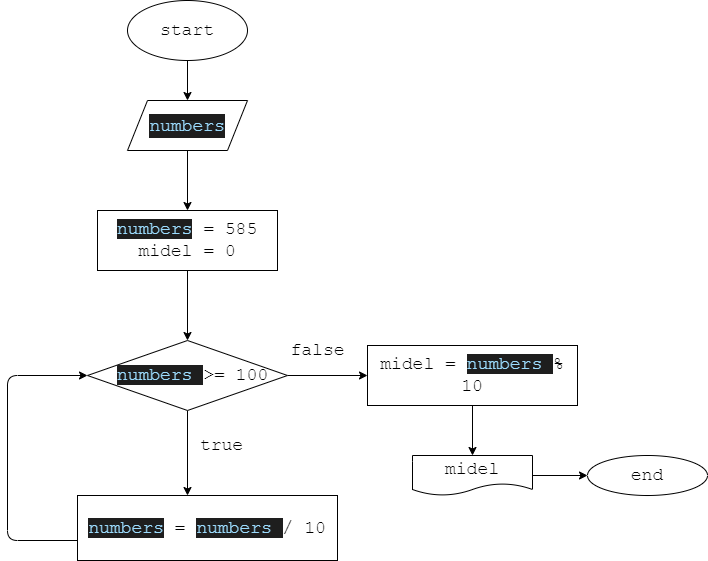
BKristinaA/HomeWork_02 keeps this draw.io diagram as Exp01/diagram1.drawio.png. Above is the earlier version. Source tidied: cells renumbered, new cells last; positions are measured from the earlier drawing's top-left corner, leaving out a move shared by most shapes.
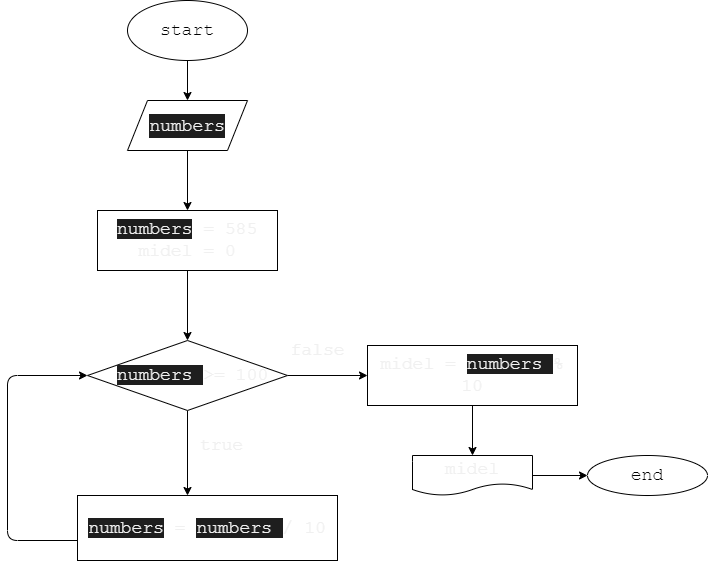
After the change.

Commit message:
Внесли исправления в диагараммы

Change to the diagram source:
```diff
@@ -8,29 +8,29 @@
     <mxCell id="3" value="start" style="ellipse;whiteSpace=wrap;html=1;fontFamily=Courier New;fontSize=18;" parent="1" vertex="1">
       <mxGeometry x="120" width="120" height="60" as="geometry" />
     </mxCell>
-    <mxCell id="4" style="edgeStyle=orthogonalEdgeStyle;html=1;fontFamily=Courier New;fontSize=18;" parent="1" edge="1" source="5" target="13">
+    <mxCell id="4" style="edgeStyle=orthogonalEdgeStyle;html=1;fontFamily=Courier New;fontSize=18;fontColor=#F0F0F0;" parent="1" edge="1" source="5" target="13">
       <mxGeometry relative="1" as="geometry" />
     </mxCell>
-    <mxCell id="5" value="&lt;div style=&quot;color: rgb(212, 212, 212); background-color: rgb(30, 30, 30); line-height: 24px;&quot;&gt;&lt;span style=&quot;color: #9cdcfe;&quot;&gt;numbers&lt;/span&gt;&lt;/div&gt;" style="shape=parallelogram;perimeter=parallelogramPerimeter;whiteSpace=wrap;html=1;fixedSize=1;fontSize=18;fontFamily=Courier New;" parent="1" vertex="1">
+    <mxCell id="5" value="&lt;div style=&quot;background-color: rgb(30, 30, 30); line-height: 24px;&quot;&gt;&lt;span style=&quot;&quot;&gt;numbers&lt;/span&gt;&lt;/div&gt;" style="shape=parallelogram;perimeter=parallelogramPerimeter;whiteSpace=wrap;html=1;fixedSize=1;fontSize=18;fontFamily=Courier New;fontColor=#F0F0F0;" parent="1" vertex="1">
       <mxGeometry x="120" y="100" width="120" height="50" as="geometry" />
     </mxCell>
-    <mxCell id="6" style="edgeStyle=none;html=1;fontFamily=Courier New;fontSize=18;" parent="1" edge="1" source="8">
+    <mxCell id="6" style="edgeStyle=none;html=1;fontFamily=Courier New;fontSize=18;fontColor=#F0F0F0;" parent="1" edge="1" source="8">
       <mxGeometry relative="1" as="geometry">
         <mxPoint x="180" y="495" as="targetPoint" />
       </mxGeometry>
     </mxCell>
-    <mxCell id="7" style="edgeStyle=orthogonalEdgeStyle;html=1;fontFamily=Courier New;fontSize=18;" parent="1" edge="1" source="8">
+    <mxCell id="7" style="edgeStyle=orthogonalEdgeStyle;html=1;fontFamily=Courier New;fontSize=18;fontColor=#F0F0F0;" parent="1" edge="1" source="8">
       <mxGeometry relative="1" as="geometry">
         <mxPoint x="360" y="375" as="targetPoint" />
       </mxGeometry>
     </mxCell>
-    <mxCell id="8" value="&amp;nbsp;&lt;span style=&quot;color: rgb(156, 220, 254); background-color: rgb(30, 30, 30);&quot;&gt;numbers&amp;nbsp;&lt;/span&gt;&lt;span style=&quot;background-color: initial;&quot;&gt;&amp;gt;= 100&lt;/span&gt;" style="rhombus;whiteSpace=wrap;html=1;fontSize=18;fontFamily=Courier New;" parent="1" vertex="1">
+    <mxCell id="8" value="&amp;nbsp;&lt;span style=&quot;background-color: rgb(30, 30, 30);&quot;&gt;numbers&amp;nbsp;&lt;/span&gt;&lt;span style=&quot;background-color: initial;&quot;&gt;&amp;gt;= 100&lt;/span&gt;" style="rhombus;whiteSpace=wrap;html=1;fontSize=18;fontFamily=Courier New;fontColor=#F0F0F0;" parent="1" vertex="1">
       <mxGeometry x="80" y="340" width="200" height="70" as="geometry" />
     </mxCell>
-    <mxCell id="9" value="true" style="text;html=1;align=center;verticalAlign=middle;strokeColor=none;fillColor=none;fontSize=18;fontFamily=Courier New;" parent="1" vertex="1">
+    <mxCell id="9" value="true" style="text;html=1;align=center;verticalAlign=middle;strokeColor=none;fillColor=none;fontSize=18;fontFamily=Courier New;fontColor=#F0F0F0;" parent="1" vertex="1">
       <mxGeometry x="179" y="425" width="70" height="40" as="geometry" />
     </mxCell>
-    <mxCell id="10" style="edgeStyle=orthogonalEdgeStyle;html=1;entryX=0;entryY=0.5;entryDx=0;entryDy=0;fontFamily=Courier New;fontSize=18;" parent="1" edge="1" source="11" target="8">
+    <mxCell id="10" style="edgeStyle=orthogonalEdgeStyle;html=1;entryX=0;entryY=0.5;entryDx=0;entryDy=0;fontFamily=Courier New;fontSize=18;fontColor=#F0F0F0;" parent="1" edge="1" source="11" target="8">
       <mxGeometry relative="1" as="geometry">
         <Array as="points">
           <mxPoint y="540" />
@@ -38,31 +38,31 @@
         </Array>
       </mxGeometry>
     </mxCell>
-    <mxCell id="11" value="&lt;span style=&quot;color: rgb(156, 220, 254); background-color: rgb(30, 30, 30);&quot;&gt;numbers&lt;/span&gt;&amp;nbsp;=&amp;nbsp;&lt;span style=&quot;color: rgb(156, 220, 254); background-color: rgb(30, 30, 30);&quot;&gt;numbers&amp;nbsp;&lt;/span&gt;/ 10" style="rounded=0;whiteSpace=wrap;html=1;fontFamily=Courier New;fontSize=18;" parent="1" vertex="1">
+    <mxCell id="11" value="&lt;span style=&quot;background-color: rgb(30, 30, 30);&quot;&gt;numbers&lt;/span&gt;&amp;nbsp;=&amp;nbsp;&lt;span style=&quot;background-color: rgb(30, 30, 30);&quot;&gt;numbers&amp;nbsp;&lt;/span&gt;/ 10" style="rounded=0;whiteSpace=wrap;html=1;fontFamily=Courier New;fontSize=18;fontColor=#F0F0F0;" parent="1" vertex="1">
       <mxGeometry x="70" y="495" width="260" height="65" as="geometry" />
     </mxCell>
-    <mxCell id="12" style="edgeStyle=orthogonalEdgeStyle;html=1;entryX=0.5;entryY=0;entryDx=0;entryDy=0;fontFamily=Courier New;fontSize=18;" parent="1" edge="1" source="13" target="8">
+    <mxCell id="12" style="edgeStyle=orthogonalEdgeStyle;html=1;entryX=0.5;entryY=0;entryDx=0;entryDy=0;fontFamily=Courier New;fontSize=18;fontColor=#F0F0F0;" parent="1" edge="1" source="13" target="8">
       <mxGeometry relative="1" as="geometry" />
     </mxCell>
-    <mxCell id="13" value="&lt;span style=&quot;color: rgb(156, 220, 254); background-color: rgb(30, 30, 30);&quot;&gt;numbers&lt;/span&gt;&amp;nbsp;= 585&lt;br&gt;midel = 0" style="rounded=0;whiteSpace=wrap;html=1;fontFamily=Courier New;fontSize=18;" parent="1" vertex="1">
+    <mxCell id="13" value="&lt;span style=&quot;background-color: rgb(30, 30, 30);&quot;&gt;numbers&lt;/span&gt;&amp;nbsp;= 585&lt;br&gt;midel = 0" style="rounded=0;whiteSpace=wrap;html=1;fontFamily=Courier New;fontSize=18;fontColor=#F0F0F0;" parent="1" vertex="1">
       <mxGeometry x="90" y="210" width="180" height="60" as="geometry" />
     </mxCell>
-    <mxCell id="14" style="edgeStyle=orthogonalEdgeStyle;html=1;fontFamily=Courier New;fontSize=18;" parent="1" edge="1" source="15" target="17">
+    <mxCell id="14" style="edgeStyle=orthogonalEdgeStyle;html=1;fontFamily=Courier New;fontSize=18;fontColor=#F0F0F0;" parent="1" edge="1" source="15" target="17">
       <mxGeometry relative="1" as="geometry" />
     </mxCell>
-    <mxCell id="15" value="midel =&amp;nbsp;&lt;span style=&quot;color: rgb(156, 220, 254); background-color: rgb(30, 30, 30);&quot;&gt;numbers&amp;nbsp;&lt;/span&gt;% 10" style="rounded=0;whiteSpace=wrap;html=1;fontFamily=Courier New;fontSize=18;" parent="1" vertex="1">
+    <mxCell id="15" value="midel =&amp;nbsp;&lt;span style=&quot;background-color: rgb(30, 30, 30);&quot;&gt;numbers&amp;nbsp;&lt;/span&gt;% 10" style="rounded=0;whiteSpace=wrap;html=1;fontFamily=Courier New;fontSize=18;fontColor=#F0F0F0;" parent="1" vertex="1">
       <mxGeometry x="360" y="345" width="210" height="60" as="geometry" />
     </mxCell>
-    <mxCell id="16" style="edgeStyle=orthogonalEdgeStyle;html=1;fontFamily=Courier New;fontSize=18;" parent="1" edge="1" source="17" target="18">
+    <mxCell id="16" style="edgeStyle=orthogonalEdgeStyle;html=1;fontFamily=Courier New;fontSize=18;fontColor=#F0F0F0;" parent="1" edge="1" source="17" target="18">
       <mxGeometry relative="1" as="geometry" />
     </mxCell>
-    <mxCell id="17" value="midel" style="shape=document;whiteSpace=wrap;html=1;boundedLbl=1;fontFamily=Courier New;fontSize=18;" parent="1" vertex="1">
+    <mxCell id="17" value="midel" style="shape=document;whiteSpace=wrap;html=1;boundedLbl=1;fontFamily=Courier New;fontSize=18;fontColor=#F0F0F0;" parent="1" vertex="1">
       <mxGeometry x="405" y="455" width="120" height="40" as="geometry" />
     </mxCell>
     <mxCell id="18" value="end" style="ellipse;whiteSpace=wrap;html=1;fontFamily=Courier New;fontSize=18;" parent="1" vertex="1">
       <mxGeometry x="580" y="455" width="120" height="40" as="geometry" />
     </mxCell>
-    <mxCell id="19" value="false" style="text;html=1;align=center;verticalAlign=middle;strokeColor=none;fillColor=none;fontFamily=Courier New;fontSize=18;" parent="1" vertex="1">
+    <mxCell id="19" value="false" style="text;html=1;align=center;verticalAlign=middle;strokeColor=none;fillColor=none;fontFamily=Courier New;fontSize=18;fontColor=#F0F0F0;" parent="1" vertex="1">
       <mxGeometry x="270" y="330" width="80" height="40" as="geometry" />
     </mxCell>
   </root>
```
